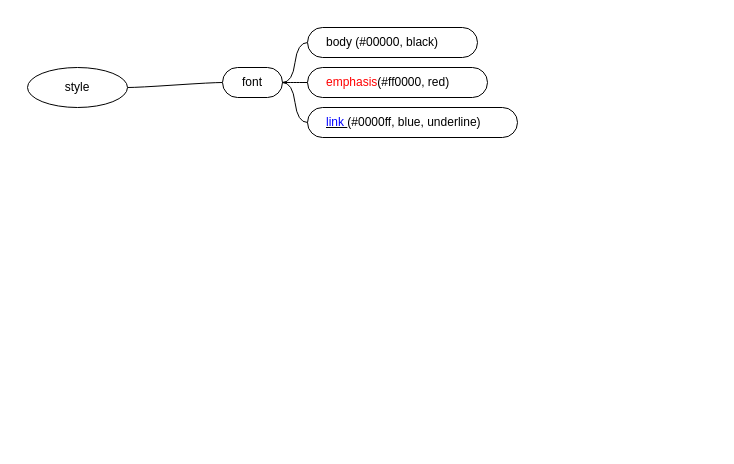
Before: page "style" (5 of 5) of drawio/drawio.drawio in yangdj/tf_docs, a draw.io diagram. Source tidied: cells renumbered, new cells numbered last; positions are measured from the earlier drawing's top-left corner, leaving out a move shared by most shapes. Both pictures are drawn from the tidied source at 100%, with x=0, y=0 at pixel (17, 17).
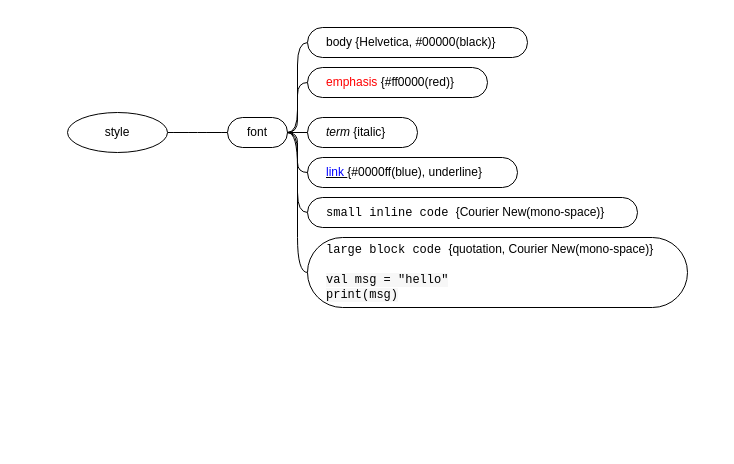
The same diagram, later.

The edit, as a diff of the source:
```diff
@@
 <mxGraphModel>
   <root>
     <mxCell id="0" />
     <mxCell id="1" parent="0" />
     <mxCell id="2" style="swimlane;html=1;startSize=20;horizontal=1;containerType=tree;fillColor=none;strokeColor=none;fontStyle=0;" parent="1" vertex="1">
-      <mxGeometry width="610" height="380" as="geometry" />
+      <mxGeometry width="700" height="430" as="geometry" />
     </mxCell>
     <mxCell id="3" style="edgeStyle=entityRelationEdgeStyle;startArrow=none;endArrow=none;segment=10;curved=1;" parent="2" edge="1" source="4" target="5">
       <mxGeometry relative="1" as="geometry" />
     </mxCell>
     <mxCell id="4" value="style" style="ellipse;whiteSpace=wrap;html=1;align=center;" parent="2" vertex="1">
-      <mxGeometry x="10" y="50" width="100" height="40" as="geometry" />
+      <mxGeometry x="50" y="95" width="100" height="40" as="geometry" />
     </mxCell>
     <mxCell id="5" value="font" style="whiteSpace=wrap;html=1;rounded=1;arcSize=50;align=center;verticalAlign=middle;strokeWidth=1;spacing=4;" parent="2" vertex="1">
-      <mxGeometry x="205" y="50" width="60" height="30" as="geometry" />
+      <mxGeometry x="210" y="100" width="60" height="30" as="geometry" />
     </mxCell>
-    <mxCell id="6" value="&lt;u&gt;&lt;font color=&quot;#0000ff&quot;&gt;link&amp;nbsp;&lt;/font&gt;&lt;/u&gt;(#0000ff, blue, underline)" style="whiteSpace=wrap;html=1;rounded=1;arcSize=50;align=left;verticalAlign=middle;strokeWidth=1;spacing=4;spacingLeft=15;" parent="2" vertex="1">
-      <mxGeometry x="290" y="90" width="210" height="30" as="geometry" />
+    <mxCell id="6" value="&lt;u&gt;&lt;font color=&quot;#0000ff&quot;&gt;link&amp;nbsp;&lt;/font&gt;&lt;/u&gt;{#0000ff(blue), underline}" style="whiteSpace=wrap;html=1;rounded=1;arcSize=50;align=left;verticalAlign=middle;strokeWidth=1;spacing=4;spacingLeft=15;" parent="2" vertex="1">
+      <mxGeometry x="290" y="140" width="210" height="30" as="geometry" />
     </mxCell>
     <mxCell id="7" style="edgeStyle=entityRelationEdgeStyle;startArrow=none;endArrow=none;segment=10;curved=1;exitX=1;exitY=0.5;exitDx=0;exitDy=0;" parent="2" edge="1" source="5" target="6">
       <mxGeometry relative="1" as="geometry" />
     </mxCell>
-    <mxCell id="8" style="edgeStyle=entityRelationEdgeStyle;startArrow=none;endArrow=none;segment=10;curved=1;exitX=1;exitY=0.5;exitDx=0;exitDy=0;" parent="2" edge="1" source="5" target="9">
-      <mxGeometry relative="1" as="geometry" />
-    </mxCell>
-    <mxCell id="9" value="&lt;font&gt;emphasis&lt;font color=&quot;#000000&quot;&gt;(#ff0000, red)&lt;/font&gt;&lt;/font&gt;" style="whiteSpace=wrap;html=1;rounded=1;arcSize=50;align=left;verticalAlign=middle;strokeWidth=1;spacing=4;fontColor=#FF0000;fontStyle=0;spacingLeft=15;" parent="2" vertex="1">
-      <mxGeometry x="290" y="50" width="180" height="30" as="geometry" />
-    </mxCell>
     <mxCell id="10" style="edgeStyle=entityRelationEdgeStyle;startArrow=none;endArrow=none;segment=10;curved=1;exitX=1;exitY=0.5;exitDx=0;exitDy=0;" parent="2" edge="1" source="5" target="11">
       <mxGeometry relative="1" as="geometry" />
     </mxCell>
-    <mxCell id="11" value="&lt;font&gt;&lt;span&gt;body (#00000, black)&lt;/span&gt;&lt;/font&gt;" style="whiteSpace=wrap;html=1;rounded=1;arcSize=50;align=left;verticalAlign=middle;strokeWidth=1;spacing=4;fontColor=#000000;fontStyle=0;spacingLeft=15;" parent="2" vertex="1">
-      <mxGeometry x="290" y="10" width="170" height="30" as="geometry" />
+    <mxCell id="11" value="&lt;font&gt;&lt;span&gt;body {Helvetica, #00000(black)}&lt;/span&gt;&lt;/font&gt;" style="whiteSpace=wrap;html=1;rounded=1;arcSize=50;align=left;verticalAlign=middle;strokeWidth=1;spacing=4;fontColor=#000000;fontStyle=0;spacingLeft=15;" parent="2" vertex="1">
+      <mxGeometry x="290" y="10" width="220" height="30" as="geometry" />
     </mxCell>
+    <mxCell id="12" style="edgeStyle=entityRelationEdgeStyle;startArrow=none;endArrow=none;segment=10;curved=1;exitX=1;exitY=0.5;exitDx=0;exitDy=0;" parent="2" edge="1" source="5" target="13">
+      <mxGeometry relative="1" as="geometry" />
+    </mxCell>
+    <mxCell id="13" value="&lt;font&gt;&lt;i&gt;term&lt;/i&gt;&amp;nbsp;{italic}&lt;/font&gt;" style="whiteSpace=wrap;html=1;rounded=1;arcSize=50;align=left;verticalAlign=middle;strokeWidth=1;spacing=4;spacingLeft=15;fontStyle=0;fontColor=#000000;" parent="2" vertex="1">
+      <mxGeometry x="290" y="100" width="110" height="30" as="geometry" />
+    </mxCell>
+    <mxCell id="14" style="edgeStyle=entityRelationEdgeStyle;startArrow=none;endArrow=none;segment=10;curved=1;exitX=1;exitY=0.5;exitDx=0;exitDy=0;" parent="2" edge="1" source="5" target="15">
+      <mxGeometry relative="1" as="geometry" />
+    </mxCell>
+    <mxCell id="15" value="&lt;font&gt;&lt;font face=&quot;Courier New&quot;&gt;small inline code&amp;nbsp;&lt;/font&gt;{Courier New(mono-space)}&lt;/font&gt;" style="whiteSpace=wrap;html=1;rounded=1;arcSize=50;align=left;verticalAlign=middle;strokeWidth=1;spacing=4;spacingLeft=15;fontStyle=0;fontColor=#000000;" parent="2" vertex="1">
+      <mxGeometry x="290" y="180" width="330" height="30" as="geometry" />
+    </mxCell>
+    <mxCell id="16" style="edgeStyle=entityRelationEdgeStyle;startArrow=none;endArrow=none;segment=10;curved=1;exitX=1;exitY=0.5;exitDx=0;exitDy=0;" parent="2" edge="1" source="5" target="17">
+      <mxGeometry relative="1" as="geometry" />
+    </mxCell>
+    <mxCell id="17" value="&lt;span style=&quot;color: rgb(255 , 0 , 0)&quot;&gt;emphasis &lt;/span&gt;{&lt;font color=&quot;#000000&quot;&gt;#ff0000(red)}&lt;/font&gt;" style="whiteSpace=wrap;html=1;rounded=1;arcSize=50;align=left;verticalAlign=middle;strokeWidth=1;spacing=4;fontColor=#000000;fontStyle=0;spacingLeft=15;" parent="2" vertex="1">
+      <mxGeometry x="290" y="50" width="180" height="30" as="geometry" />
+    </mxCell>
+    <mxCell id="18" style="edgeStyle=entityRelationEdgeStyle;startArrow=none;endArrow=none;segment=10;curved=1;exitX=1;exitY=0.5;exitDx=0;exitDy=0;" parent="2" edge="1" source="5" target="19">
+      <mxGeometry relative="1" as="geometry" />
+    </mxCell>
+    <mxCell id="19" value="&lt;font&gt;&lt;font face=&quot;Courier New&quot;&gt;large block code&amp;nbsp;&lt;/font&gt;{quotation, Courier New(mono-space)}&lt;br&gt;&lt;br&gt;&lt;font face=&quot;Courier New&quot; style=&quot;background-color: rgb(247 , 247 , 247)&quot;&gt;val msg = &quot;hello&quot;&lt;br&gt;print(msg)&lt;/font&gt;&lt;br&gt;&lt;/font&gt;" style="whiteSpace=wrap;html=1;rounded=1;arcSize=50;align=left;verticalAlign=middle;strokeWidth=1;spacing=4;spacingLeft=15;fontStyle=0;fontColor=#000000;" parent="2" vertex="1">
+      <mxGeometry x="290" y="220" width="380" height="70" as="geometry" />
+    </mxCell>
   </root>
 </mxGraphModel>
```
